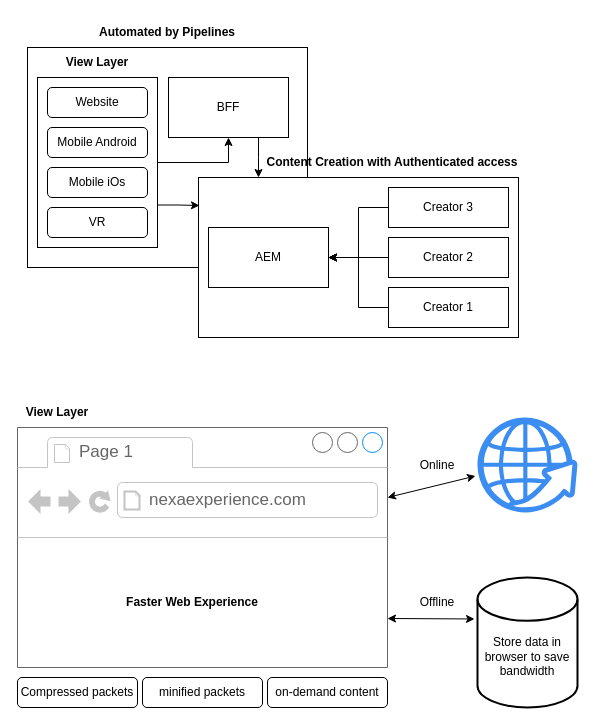
The draw.io diagram ms.drawio in jagatjeevansahoo/draw.io, before the edit. Source tidied: cells renumbered, new cells numbered last; positions are measured from the earlier drawing's top-left corner, leaving out a move shared by most shapes. Both pictures are drawn from the tidied source at 100%, with x=0, y=0 at pixel (17, 17).
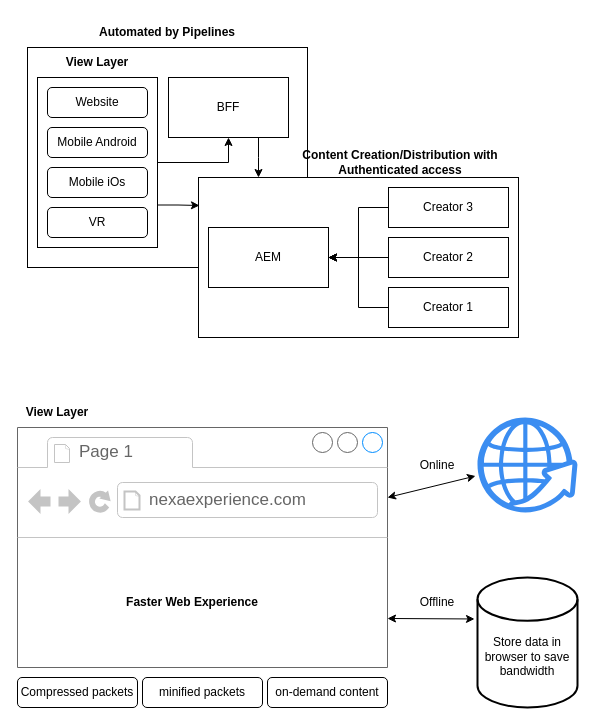
Above is the later version.

Change to the diagram source:
```diff
@@
     <mxCell id="10" style="group;" parent="1" vertex="1">
-      <mxGeometry x="181" y="120" width="320" height="200" as="geometry" />
+      <mxGeometry x="181" y="120" width="334" height="200" as="geometry" />
     </mxCell>
-    <mxCell id="11" value="&lt;b&gt;Content Creation with Authenticated access&lt;/b&gt;" style="text;html=1;strokeColor=none;fillColor=none;align=center;verticalAlign=middle;whiteSpace=wrap;rounded=0;" parent="10" vertex="1">
-      <mxGeometry x="54" y="10" width="280" height="30" as="geometry" />
+    <mxCell id="11" value="&lt;b&gt;Content Creation/Distribution with Authenticated access&lt;/b&gt;" style="text;html=1;strokeColor=none;fillColor=none;align=center;verticalAlign=middle;whiteSpace=wrap;rounded=0;" parent="10" vertex="1">
+      <mxGeometry x="70" y="10" width="264" height="30" as="geometry" />
     </mxCell>
```
